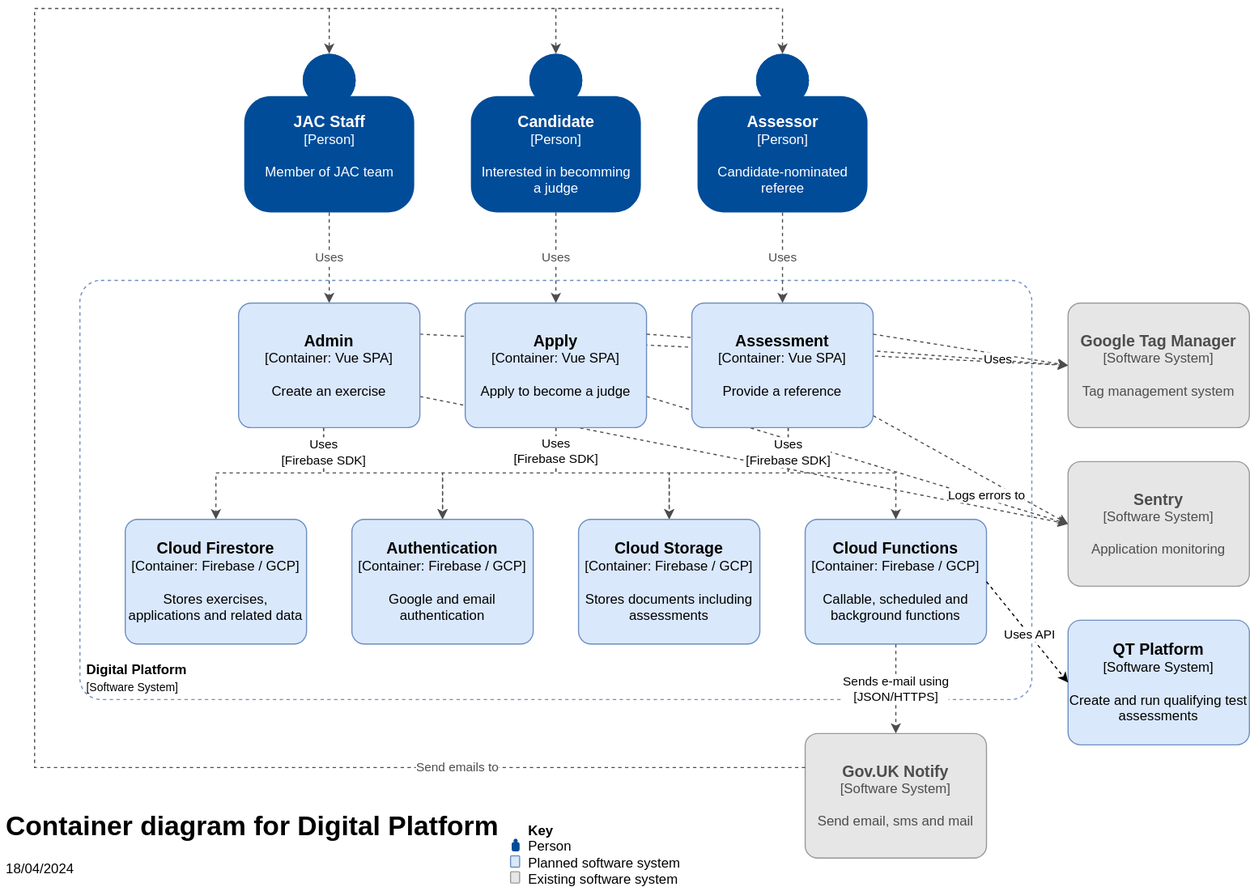
Above: docs/architecture/jac-digital-platform-architecture-Container.drawio.svg in jac-uk/documentation (draw.io), before the change. Source tidied: cells renumbered, new cells last; positions are measured from the earlier drawing's top-left corner, leaving out a move shared by most shapes.
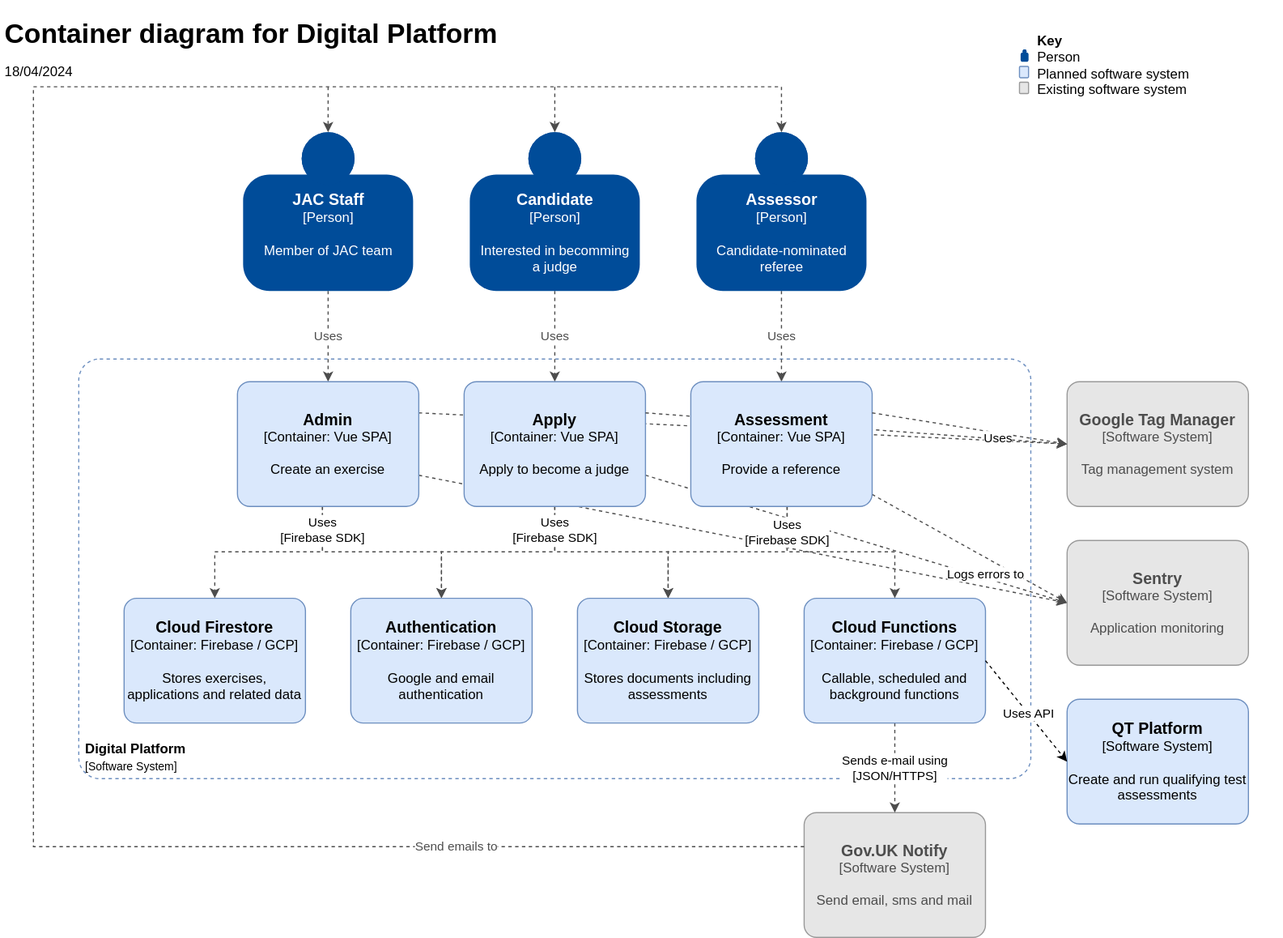
After the change.

Change to the diagram source:
```diff
@@ -122,11 +122,11 @@
     <mxCell id="26" value="&lt;font style=&quot;font-size: 14px&quot;&gt;&lt;b&gt;Google Tag Manager&lt;br&gt;&lt;/b&gt;&lt;/font&gt;&lt;div&gt;&lt;font style=&quot;font-size: 12px&quot;&gt;[&lt;/font&gt;Software System]&lt;/div&gt;&lt;br&gt;&lt;div&gt;Tag management system&lt;br&gt;&lt;/div&gt;" style="rounded=1;whiteSpace=wrap;html=1;labelBackgroundColor=none;align=center;arcSize=10;points=[[0.25,0,0],[0.5,0,0],[0.75,0,0],[1,0.25,0],[1,0.5,0],[1,0.75,0],[0.75,1,0],[0.5,1,0],[0.25,1,0],[0,0.75,0],[0,0.5,0],[0,0.25,0]];fillColor=#E6E6E6;fontColor=#4D4D4D;strokeColor=#999999;" parent="1" vertex="1">
       <mxGeometry x="942" y="260" width="160" height="110" as="geometry" />
     </mxCell>
-    <mxCell id="27" value="&lt;h1&gt;Container diagram for Digital Platform&lt;br&gt;&lt;/h1&gt;&lt;p&gt;18/04/2024&lt;/p&gt;" style="text;html=1;strokeColor=none;fillColor=none;spacing=5;spacingTop=-20;whiteSpace=wrap;overflow=hidden;rounded=0;align=left;" parent="1" vertex="1">
-      <mxGeometry y="701.5" width="470" height="70" as="geometry" />
+    <mxCell id="27" value="&lt;h1&gt;Container diagram for Digital Platform&lt;br&gt;&lt;span style=&quot;font-weight: normal;&quot;&gt;&lt;font style=&quot;font-size: 12px;&quot;&gt;18/04/2024&lt;/font&gt;&lt;/span&gt;&lt;/h1&gt;" style="text;html=1;strokeColor=none;fillColor=none;spacing=5;spacingTop=-20;whiteSpace=wrap;overflow=hidden;rounded=0;align=left;" parent="1" vertex="1">
+      <mxGeometry y="-66.5" width="470" height="70" as="geometry" />
     </mxCell>
     <mxCell id="28" style="group;" parent="1" vertex="1">
-      <mxGeometry x="450" y="720" width="232" height="53" as="geometry" />
+      <mxGeometry x="900" y="-46" width="232" height="53" as="geometry" />
     </mxCell>
     <mxCell id="29" style="html=1;dashed=0;whitespace=wrap;shape=mxgraph.c4.person;align=center;fillColor=#004C99;fontColor=#FFFFFF;strokeColor=none;" parent="28" vertex="1">
       <mxGeometry x="1" y="13" width="7" height="11" as="geometry" />
```
